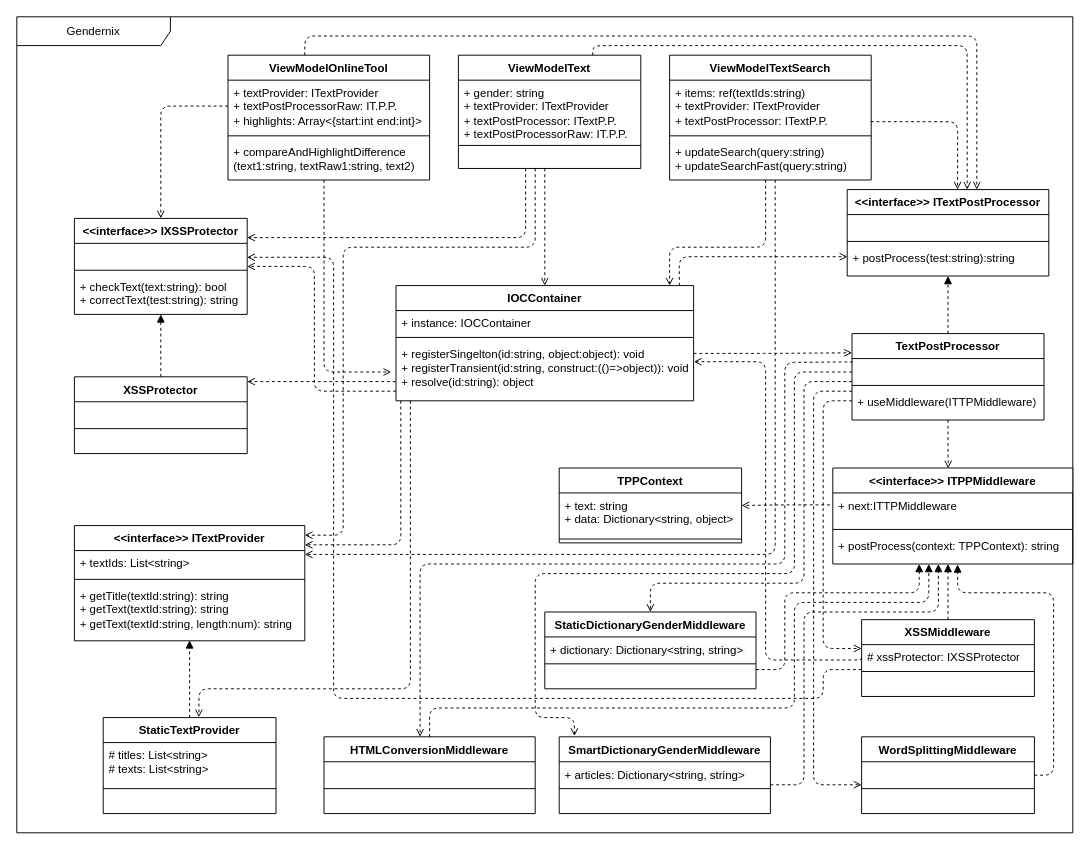
SteiningerSebastian/Gendernix keeps this draw.io diagram as drawio_class_gendernix.drawio. Above is the earlier version. Source tidied: cells renumbered, new cells numbered last; positions are measured from the earlier drawing's top-left corner, leaving out a move shared by most shapes. Both pictures are drawn from the tidied source at 96%, with x=0, y=0 at pixel (16, 16).
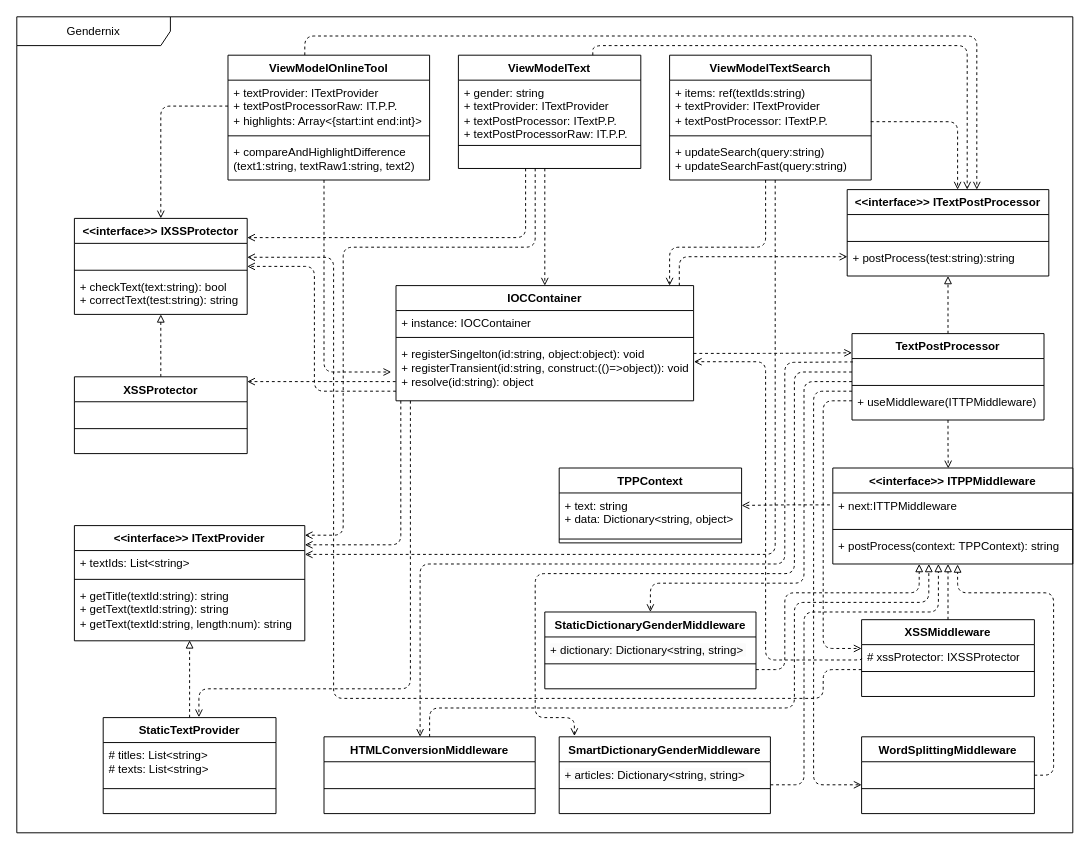
After the change.

Unchanged cells that the change refers to:
```xml
<mxCell id="2" value="Gendernix" style="shape=umlFrame;whiteSpace=wrap;html=1;width=160;" parent="1" vertex="1">
  <mxGeometry width="1100" height="850" as="geometry" />
</mxCell>
<mxCell id="4" value="StaticTextProvider" style="swimlane;fontStyle=1;align=center;verticalAlign=top;horizontal=1;startSize=26;whiteSpace=wrap;html=1;" parent="2" vertex="1">
  <mxGeometry x="90" y="730" width="180" height="100" as="geometry" />
</mxCell>
<mxCell id="11" value="+ checkText(text:string): bool&lt;br&gt;+ correctText(test:string): string" style="text;strokeColor=none;fillColor=none;align=left;verticalAlign=top;spacingLeft=4;spacingRight=4;overflow=hidden;points=[[0,0.5],[1,0.5]];portConstraint=eastwest;whiteSpace=wrap;html=1;" parent="8" vertex="1">
  <mxGeometry y="58" width="180" height="42" as="geometry" />
</mxCell>
<mxCell id="13" value="XSSProtector" style="swimlane;fontStyle=1;align=center;verticalAlign=top;horizontal=1;startSize=26;whiteSpace=wrap;html=1;" parent="2" vertex="1">
  <mxGeometry x="60" y="375" width="180" height="80" as="geometry" />
</mxCell>
<mxCell id="23" value="TextPostProcessor" style="swimlane;fontStyle=1;align=center;verticalAlign=top;horizontal=1;startSize=26;whiteSpace=wrap;html=1;" parent="2" vertex="1">
  <mxGeometry x="870" y="330" width="200" height="90" as="geometry" />
</mxCell>
<mxCell id="30" value="+ postProcess(context: TPPContext): string" style="text;strokeColor=none;fillColor=none;align=left;verticalAlign=top;spacingLeft=4;spacingRight=4;overflow=hidden;points=[[0,0.5],[1,0.5]];portConstraint=eastwest;whiteSpace=wrap;html=1;" parent="27" vertex="1">
  <mxGeometry y="68" width="250" height="32" as="geometry" />
</mxCell>
<mxCell id="31" value="XSSMiddleware" style="swimlane;fontStyle=1;align=center;verticalAlign=top;horizontal=1;startSize=26;whiteSpace=wrap;html=1;" parent="2" vertex="1">
  <mxGeometry x="880" y="628" width="180" height="80" as="geometry" />
</mxCell>
<mxCell id="47" value="+ getTitle(textId:string): string&lt;br&gt;+ getText(textId:string): string&lt;br&gt;+ getText(textId:string, length:num): string" style="text;strokeColor=none;fillColor=none;align=left;verticalAlign=top;spacingLeft=4;spacingRight=4;overflow=hidden;points=[[0,0.5],[1,0.5]];portConstraint=eastwest;whiteSpace=wrap;html=1;" parent="44" vertex="1">
  <mxGeometry y="60" width="240" height="60" as="geometry" />
</mxCell>
<mxCell id="95" value="HTMLConversionMiddleware" style="swimlane;fontStyle=1;align=center;verticalAlign=top;horizontal=1;startSize=26;whiteSpace=wrap;html=1;" parent="2" vertex="1">
  <mxGeometry x="320" y="750" width="220" height="80" as="geometry" />
</mxCell>
```

The edit, as a diff of the source:
```diff
@@
-    <mxCell id="3" style="edgeStyle=orthogonalEdgeStyle;rounded=0;jettySize=auto;html=1;entryX=0.5;entryY=0.992;entryDx=0;entryDy=0;entryPerimeter=0;dashed=1;endArrow=block;endFill=1;" parent="2" edge="1" source="4" target="47">
+    <mxCell id="3" style="edgeStyle=orthogonalEdgeStyle;rounded=0;jettySize=auto;html=1;entryX=0.5;entryY=0.992;entryDx=0;entryDy=0;entryPerimeter=0;dashed=1;endArrow=block;endFill=0;" parent="2" edge="1" source="4" target="47">
       <mxGeometry relative="1" as="geometry">
         <Array as="points">
           <mxPoint x="180" y="660" />
           <mxPoint x="180" y="660" />
         </Array>
       </mxGeometry>
     </mxCell>
@@
-    <mxCell id="12" style="edgeStyle=orthogonalEdgeStyle;rounded=0;jettySize=auto;html=1;entryX=0.5;entryY=1;entryDx=0;entryDy=0;entryPerimeter=0;dashed=1;endArrow=block;endFill=1;" parent="2" edge="1" source="13" target="11">
+    <mxCell id="12" style="edgeStyle=orthogonalEdgeStyle;rounded=0;jettySize=auto;html=1;entryX=0.5;entryY=1;entryDx=0;entryDy=0;entryPerimeter=0;dashed=1;endArrow=block;endFill=0;" parent="2" edge="1" source="13" target="11">
       <mxGeometry relative="1" as="geometry" />
     </mxCell>
@@
-    <mxCell id="21" style="edgeStyle=orthogonalEdgeStyle;rounded=0;jettySize=auto;html=1;dashed=1;endArrow=block;endFill=1;" parent="2" edge="1" source="23">
+    <mxCell id="21" style="edgeStyle=orthogonalEdgeStyle;rounded=0;jettySize=auto;html=1;dashed=1;endArrow=block;endFill=0;" parent="2" edge="1" source="23">
       <mxGeometry relative="1" as="geometry">
         <mxPoint x="970" y="270" as="targetPoint" />
         <Array as="points">
           <mxPoint x="970" y="269" />
         </Array>
       </mxGeometry>
     </mxCell>
@@
-    <mxCell id="64" style="edgeStyle=orthogonalEdgeStyle;rounded=0;jettySize=auto;html=1;dashed=1;endArrow=block;endFill=1;exitX=0.5;exitY=0;exitDx=0;exitDy=0;" parent="2" edge="1" source="31">
+    <mxCell id="64" style="edgeStyle=orthogonalEdgeStyle;rounded=0;jettySize=auto;html=1;dashed=1;endArrow=block;endFill=0;exitX=0.5;exitY=0;exitDx=0;exitDy=0;" parent="2" edge="1" source="31">
       <mxGeometry relative="1" as="geometry">
         <mxPoint x="970" y="570" as="targetPoint" />
         <Array as="points">
           <mxPoint x="970" y="571" />
         </Array>
       </mxGeometry>
     </mxCell>
-    <mxCell id="65" style="edgeStyle=orthogonalEdgeStyle;rounded=1;jettySize=auto;html=1;dashed=1;endArrow=block;endFill=1;entryX=0.52;entryY=1.015;entryDx=0;entryDy=0;entryPerimeter=0;" parent="2" edge="1" target="30">
+    <mxCell id="65" style="edgeStyle=orthogonalEdgeStyle;rounded=1;jettySize=auto;html=1;dashed=1;endArrow=block;endFill=0;entryX=0.52;entryY=1.015;entryDx=0;entryDy=0;entryPerimeter=0;" parent="2" edge="1" target="30">
       <mxGeometry relative="1" as="geometry">
         <mxPoint x="1060" y="790" as="sourcePoint" />
         <Array as="points">
           <mxPoint x="1080" y="790" />
           <mxPoint x="1080" y="600" />
           <mxPoint x="980" y="600" />
         </Array>
       </mxGeometry>
     </mxCell>
@@
-    <mxCell id="82" style="edgeStyle=orthogonalEdgeStyle;rounded=1;orthogonalLoop=1;jettySize=auto;html=1;dashed=1;endArrow=block;endFill=1;" parent="2" edge="1">
+    <mxCell id="82" style="edgeStyle=orthogonalEdgeStyle;rounded=1;orthogonalLoop=1;jettySize=auto;html=1;dashed=1;endArrow=block;endFill=0;" parent="2" edge="1">
       <mxGeometry relative="1" as="geometry">
         <mxPoint x="770" y="680" as="sourcePoint" />
         <mxPoint x="940" y="570" as="targetPoint" />
         <Array as="points">
           <mxPoint x="800" y="680" />
           <mxPoint x="800" y="600" />
           <mxPoint x="940" y="600" />
           <mxPoint x="940" y="571" />
         </Array>
       </mxGeometry>
     </mxCell>
@@
-    <mxCell id="93" style="edgeStyle=orthogonalEdgeStyle;jettySize=auto;html=1;dashed=1;endArrow=block;endFill=1;rounded=1;jumpStyle=none;" parent="2" edge="1" target="30">
+    <mxCell id="93" style="edgeStyle=orthogonalEdgeStyle;jettySize=auto;html=1;dashed=1;endArrow=block;endFill=0;rounded=1;jumpStyle=none;" parent="2" edge="1" target="30">
       <mxGeometry relative="1" as="geometry">
         <mxPoint x="785" y="800" as="sourcePoint" />
         <Array as="points">
           <mxPoint x="820" y="800" />
           <mxPoint x="820" y="620" />
           <mxPoint x="960" y="620" />
         </Array>
       </mxGeometry>
     </mxCell>
@@
-    <mxCell id="99" style="edgeStyle=orthogonalEdgeStyle;rounded=1;jettySize=auto;html=1;dashed=1;endArrow=block;endFill=1;" parent="2" edge="1" source="95">
+    <mxCell id="99" style="edgeStyle=orthogonalEdgeStyle;rounded=1;jettySize=auto;html=1;dashed=1;endArrow=block;endFill=0;" parent="2" edge="1" source="95">
       <mxGeometry relative="1" as="geometry">
         <mxPoint x="950" y="570" as="targetPoint" />
         <Array as="points">
           <mxPoint x="430" y="720" />
           <mxPoint x="810" y="720" />
           <mxPoint x="810" y="610" />
           <mxPoint x="950" y="610" />
           <mxPoint x="950" y="570" />
         </Array>
       </mxGeometry>
     </mxCell>
```
